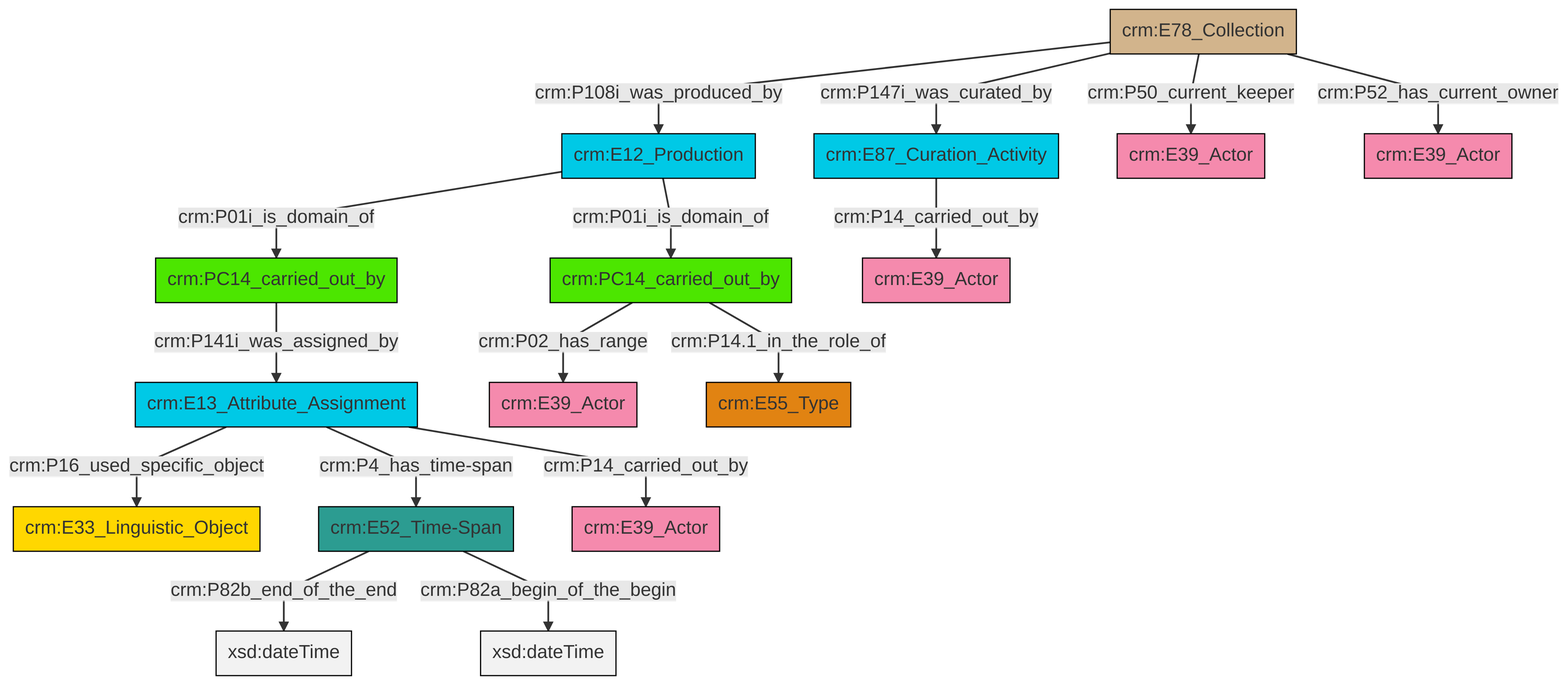
This is et/archivalCSV/ttl/mmd/png/archival_relation.png from swiss-art-research-net/docs.swissartresearch, a Mermaid export, as it was before one commit. Its source is kept beside it as et/archivalCSV/ttl/mmd/archival_relation.ttl.mmd.
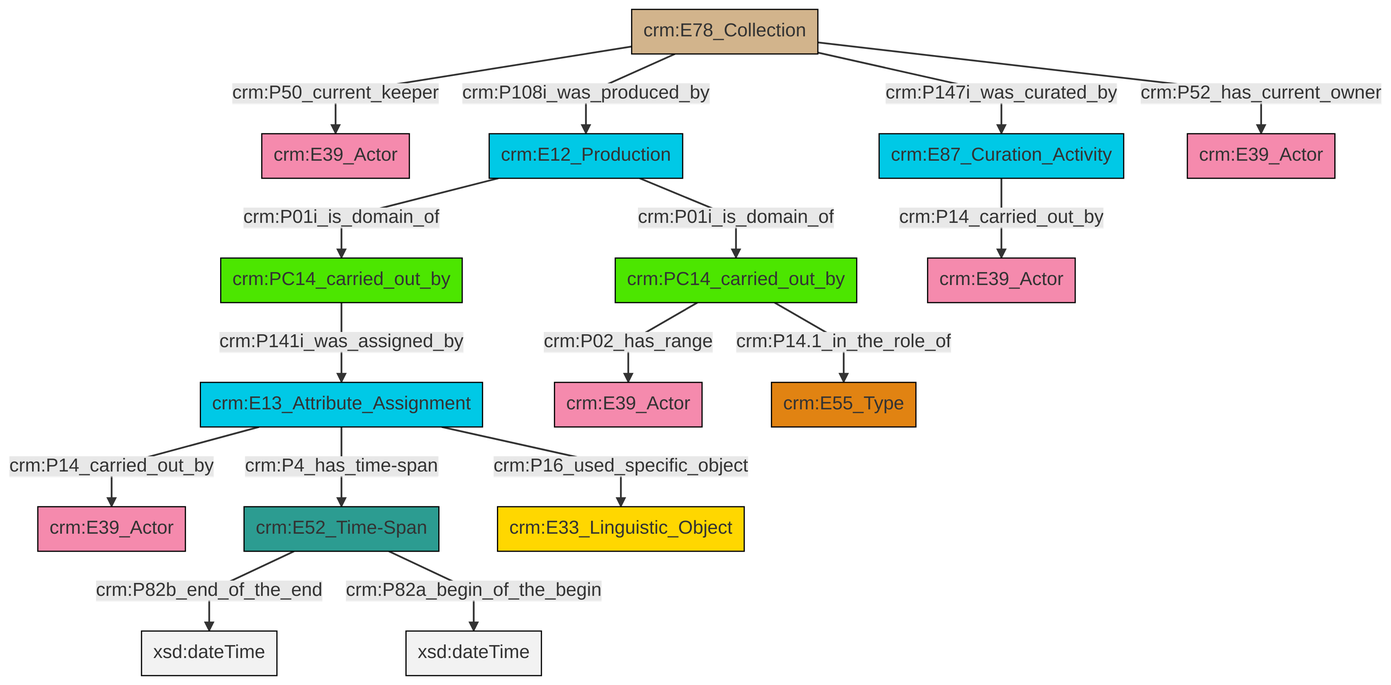
After the change.

Change to the diagram source:
```diff
@@ -13,18 +13,18 @@
 classDef PC_Classes fill:#4ce600, stroke:#000000;
 classDef Multi fill:#cccccc,stroke:#000000;
 
-6["crm:E13_Attribute_Assignment"]:::Temporal_Entity -->|crm:P4_has_time-span| 7["crm:E52_Time-Span"]:::Time-Span
-4["crm:E12_Production"]:::Temporal_Entity -->|crm:P01i_is_domain_of| 8["crm:PC14_carried_out_by"]:::PC_Classes
-12["crm:PC14_carried_out_by"]:::PC_Classes -->|crm:P02_has_range| 13["crm:E39_Actor"]:::Actor
-6["crm:E13_Attribute_Assignment"]:::Temporal_Entity -->|crm:P14_carried_out_by| 9["crm:E39_Actor"]:::Actor
-6["crm:E13_Attribute_Assignment"]:::Temporal_Entity -->|crm:P16_used_specific_object| 0["crm:E33_Linguistic_Object"]:::Conceptual_Object
-14["crm:E78_Collection"]:::Physical_Thing -->|crm:P50_current_keeper| 17["crm:E39_Actor"]:::Actor
-12["crm:PC14_carried_out_by"]:::PC_Classes -->|crm:P14.1_in_the_role_of| 20["crm:E55_Type"]:::Type
-14["crm:E78_Collection"]:::Physical_Thing -->|crm:P147i_was_curated_by| 2["crm:E87_Curation_Activity"]:::Temporal_Entity
-8["crm:PC14_carried_out_by"]:::PC_Classes -->|crm:P141i_was_assigned_by| 6["crm:E13_Attribute_Assignment"]:::Temporal_Entity
-7["crm:E52_Time-Span"]:::Time-Span -->|crm:P82b_end_of_the_end| 22[xsd:dateTime]:::Literal
-4["crm:E12_Production"]:::Temporal_Entity -->|crm:P01i_is_domain_of| 12["crm:PC14_carried_out_by"]:::PC_Classes
-14["crm:E78_Collection"]:::Physical_Thing -->|crm:P108i_was_produced_by| 4["crm:E12_Production"]:::Temporal_Entity
-14["crm:E78_Collection"]:::Physical_Thing -->|crm:P52_has_current_owner| 26["crm:E39_Actor"]:::Actor
-7["crm:E52_Time-Span"]:::Time-Span -->|crm:P82a_begin_of_the_begin| 29[xsd:dateTime]:::Literal
-2["crm:E87_Curation_Activity"]:::Temporal_Entity -->|crm:P14_carried_out_by| 18["crm:E39_Actor"]:::Actor
+0["crm:E13_Attribute_Assignment"]:::Temporal_Entity -->|crm:P14_carried_out_by| 1["crm:E39_Actor"]:::Actor
+4["crm:PC14_carried_out_by"]:::PC_Classes -->|crm:P141i_was_assigned_by| 0["crm:E13_Attribute_Assignment"]:::Temporal_Entity
+8["crm:E52_Time-Span"]:::Time-Span -->|crm:P82b_end_of_the_end| 9[xsd:dateTime]:::Literal
+10["crm:PC14_carried_out_by"]:::PC_Classes -->|crm:P02_has_range| 11["crm:E39_Actor"]:::Actor
+6["crm:E12_Production"]:::Temporal_Entity -->|crm:P01i_is_domain_of| 10["crm:PC14_carried_out_by"]:::PC_Classes
+12["crm:E78_Collection"]:::Physical_Thing -->|crm:P108i_was_produced_by| 6["crm:E12_Production"]:::Temporal_Entity
+8["crm:E52_Time-Span"]:::Time-Span -->|crm:P82a_begin_of_the_begin| 17[xsd:dateTime]:::Literal
+6["crm:E12_Production"]:::Temporal_Entity -->|crm:P01i_is_domain_of| 4["crm:PC14_carried_out_by"]:::PC_Classes
+0["crm:E13_Attribute_Assignment"]:::Temporal_Entity -->|crm:P4_has_time-span| 8["crm:E52_Time-Span"]:::Time-Span
+12["crm:E78_Collection"]:::Physical_Thing -->|crm:P147i_was_curated_by| 20["crm:E87_Curation_Activity"]:::Temporal_Entity
+12["crm:E78_Collection"]:::Physical_Thing -->|crm:P52_has_current_owner| 25["crm:E39_Actor"]:::Actor
+10["crm:PC14_carried_out_by"]:::PC_Classes -->|crm:P14.1_in_the_role_of| 26["crm:E55_Type"]:::Type
+12["crm:E78_Collection"]:::Physical_Thing -->|crm:P50_current_keeper| 2["crm:E39_Actor"]:::Actor
+0["crm:E13_Attribute_Assignment"]:::Temporal_Entity -->|crm:P16_used_specific_object| 13["crm:E33_Linguistic_Object"]:::Conceptual_Object
+20["crm:E87_Curation_Activity"]:::Temporal_Entity -->|crm:P14_carried_out_by| 15["crm:E39_Actor"]:::Actor
```
